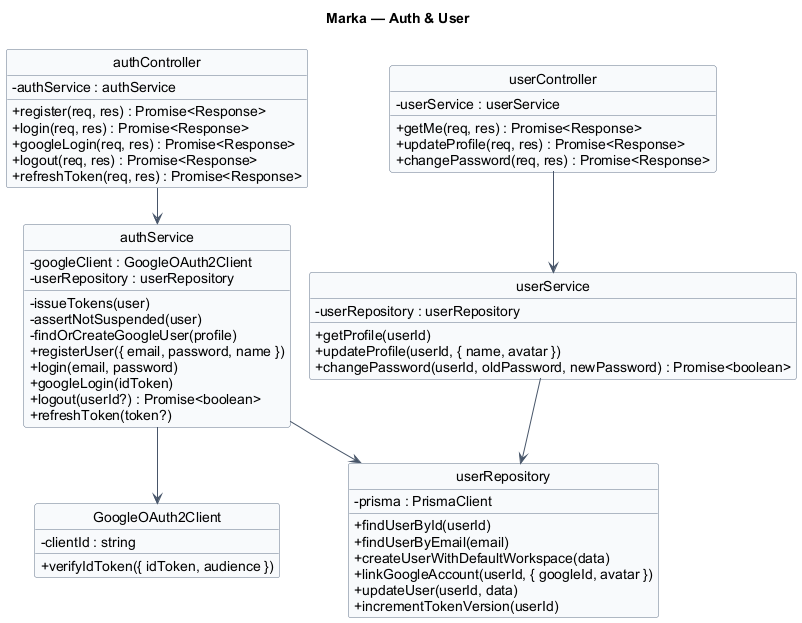
Above: docs/diagrams/01-auth-user.png in Pham-Hong-Ky/marka-capstone (PlantUML), before the change. The source it was exported from:
```plantuml
@startuml 01-auth-user
hide circle
hide stereotype
!pragma layout smetana
title Marka — Auth & User

skinparam classAttributeIconSize 0
skinparam linetype ortho
skinparam shadowing false
skinparam defaultFontName Arial
skinparam nodesep 24
skinparam ranksep 40
skinparam class {
  BackgroundColor #F8FAFC
  BorderColor #64748B
  ArrowColor #475569
}

class "authController" as authController {
  - authService : authService
  + register(req, res) : Promise<Response>
  + login(req, res) : Promise<Response>
  + googleLogin(req, res) : Promise<Response>
  + logout(req, res) : Promise<Response>
  + refreshToken(req, res) : Promise<Response>
}

class "authService" as authService {
  - googleClient : GoogleOAuth2Client
  - userRepository : userRepository
  - issueTokens(user)
  - assertNotSuspended(user)
  - findOrCreateGoogleUser(profile)
  + registerUser({ email, password, name })
  + login(email, password)
  + googleLogin(idToken)
  + logout(userId?) : Promise<boolean>
  + refreshToken(token?)
}

class "GoogleOAuth2Client" as googleOAuthClient {
  - clientId : string
  + verifyIdToken({ idToken, audience })
}

class "userController" as userController {
  - userService : userService
  + getMe(req, res) : Promise<Response>
  + updateProfile(req, res) : Promise<Response>
  + changePassword(req, res) : Promise<Response>
}

class "userService" as userService {
  - userRepository : userRepository
  + getProfile(userId)
  + updateProfile(userId, { name, avatar })
  + changePassword(userId, oldPassword, newPassword) : Promise<boolean>
}

class "userRepository" as userRepository {
  - prisma : PrismaClient
  + findUserById(userId)
  + findUserByEmail(email)
  + createUserWithDefaultWorkspace(data)
  + linkGoogleAccount(userId, { googleId, avatar })
  + updateUser(userId, data)
  + incrementTokenVersion(userId)
}

authController --> authService
authService --> userRepository
authService --> googleOAuthClient
userController --> userService
userService --> userRepository

@enduml
```
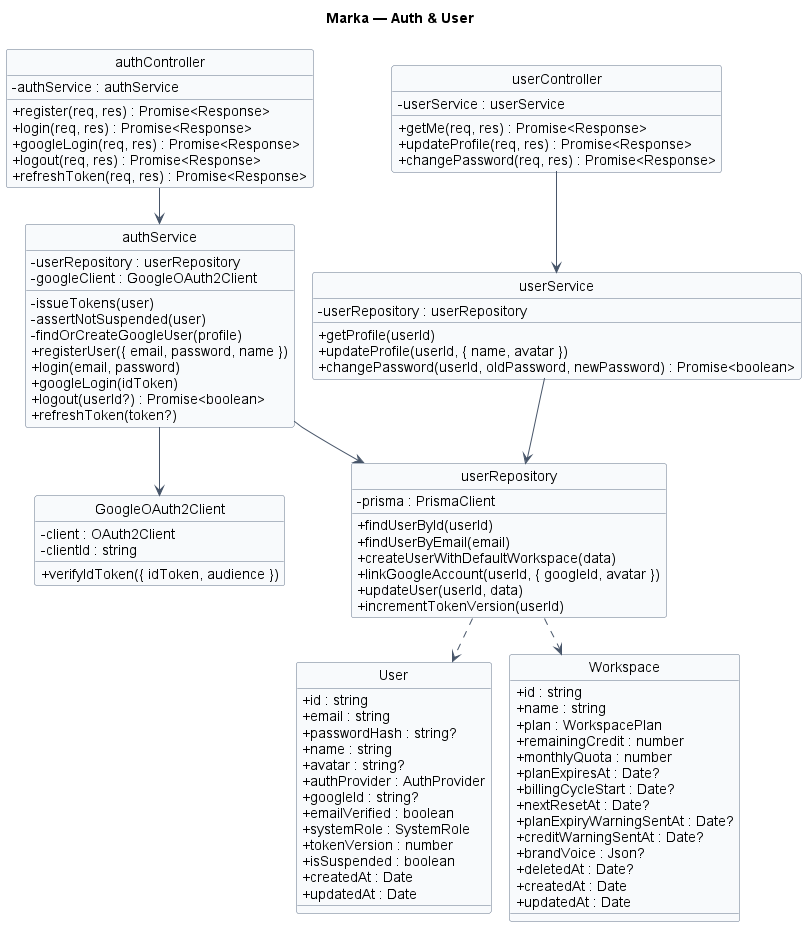
Later version of the same file.

The edit, as a diff of the source:
```diff
@@ -8,12 +8,45 @@
 skinparam linetype ortho
 skinparam shadowing false
 skinparam defaultFontName Arial
-skinparam nodesep 24
-skinparam ranksep 40
+skinparam nodesep 40
+skinparam ranksep 50
 skinparam class {
   BackgroundColor #F8FAFC
   BorderColor #64748B
   ArrowColor #475569
+}
+
+class "User" as User {
+  + id : string
+  + email : string
+  + passwordHash : string?
+  + name : string
+  + avatar : string?
+  + authProvider : AuthProvider
+  + googleId : string?
+  + emailVerified : boolean
+  + systemRole : SystemRole
+  + tokenVersion : number
+  + isSuspended : boolean
+  + createdAt : Date
+  + updatedAt : Date
+}
+
+class "Workspace" as Workspace {
+  + id : string
+  + name : string
+  + plan : WorkspacePlan
+  + remainingCredit : number
+  + monthlyQuota : number
+  + planExpiresAt : Date?
+  + billingCycleStart : Date?
+  + nextResetAt : Date?
+  + planExpiryWarningSentAt : Date?
+  + creditWarningSentAt : Date?
+  + brandVoice : Json?
+  + deletedAt : Date?
+  + createdAt : Date
+  + updatedAt : Date
 }
 
 class "authController" as authController {
@@ -26,8 +59,8 @@
 }
 
 class "authService" as authService {
+  - userRepository : userRepository
   - googleClient : GoogleOAuth2Client
-  - userRepository : userRepository
   - issueTokens(user)
   - assertNotSuspended(user)
   - findOrCreateGoogleUser(profile)
@@ -39,6 +72,7 @@
 }
 
 class "GoogleOAuth2Client" as googleOAuthClient {
+  - client : OAuth2Client
   - clientId : string
   + verifyIdToken({ idToken, audience })
 }
@@ -73,4 +107,7 @@
 userController --> userService
 userService --> userRepository
 
+userRepository ..> User
+userRepository ..> Workspace
+
 @enduml
```
